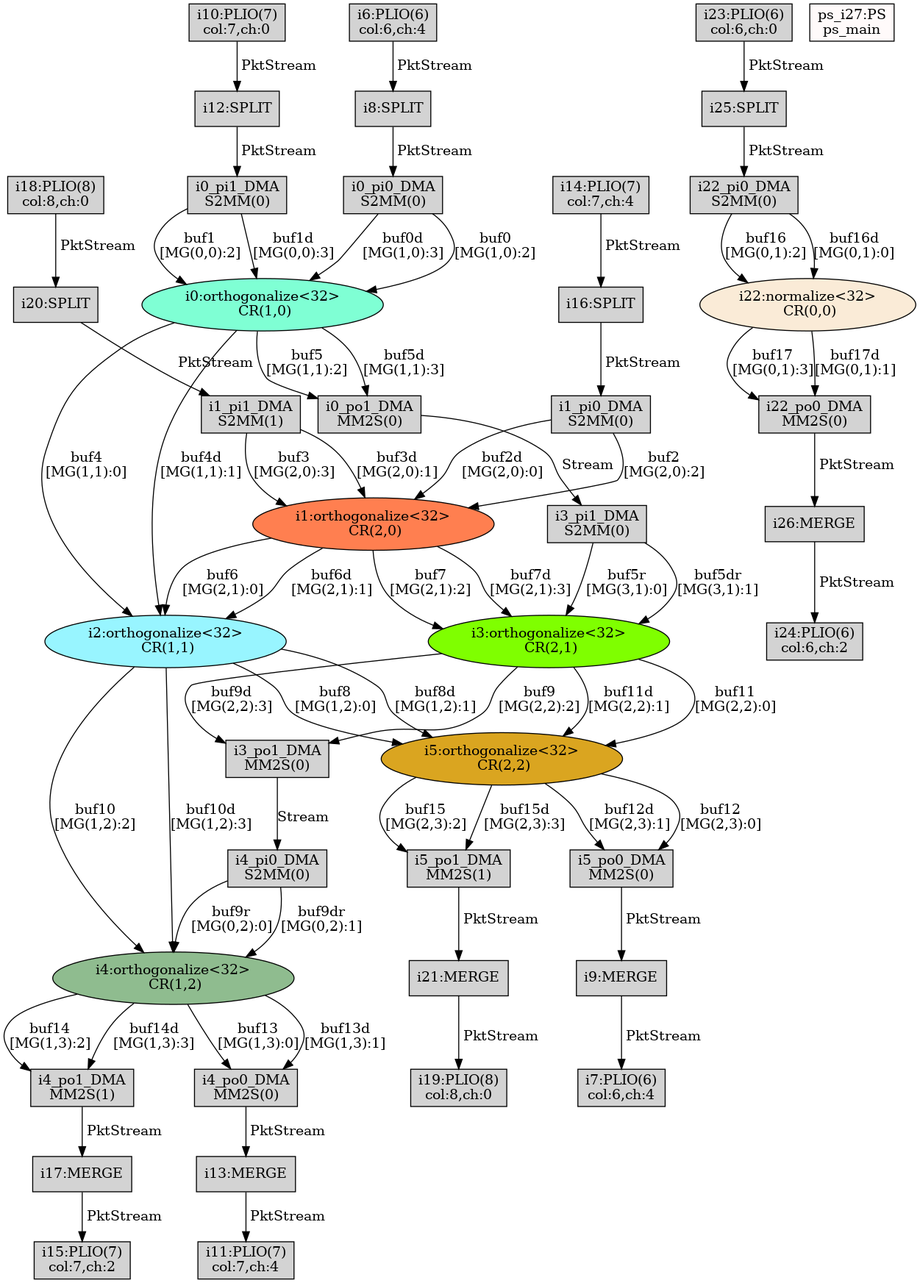
Above: TriBlock/Work/reports/TopGraph_mapped_post.png in lxy-littlechai/SVD (Graphviz), before the change. Its source is kept beside it as TriBlock/Work/temp/TopGraph_mapped_post.dot.
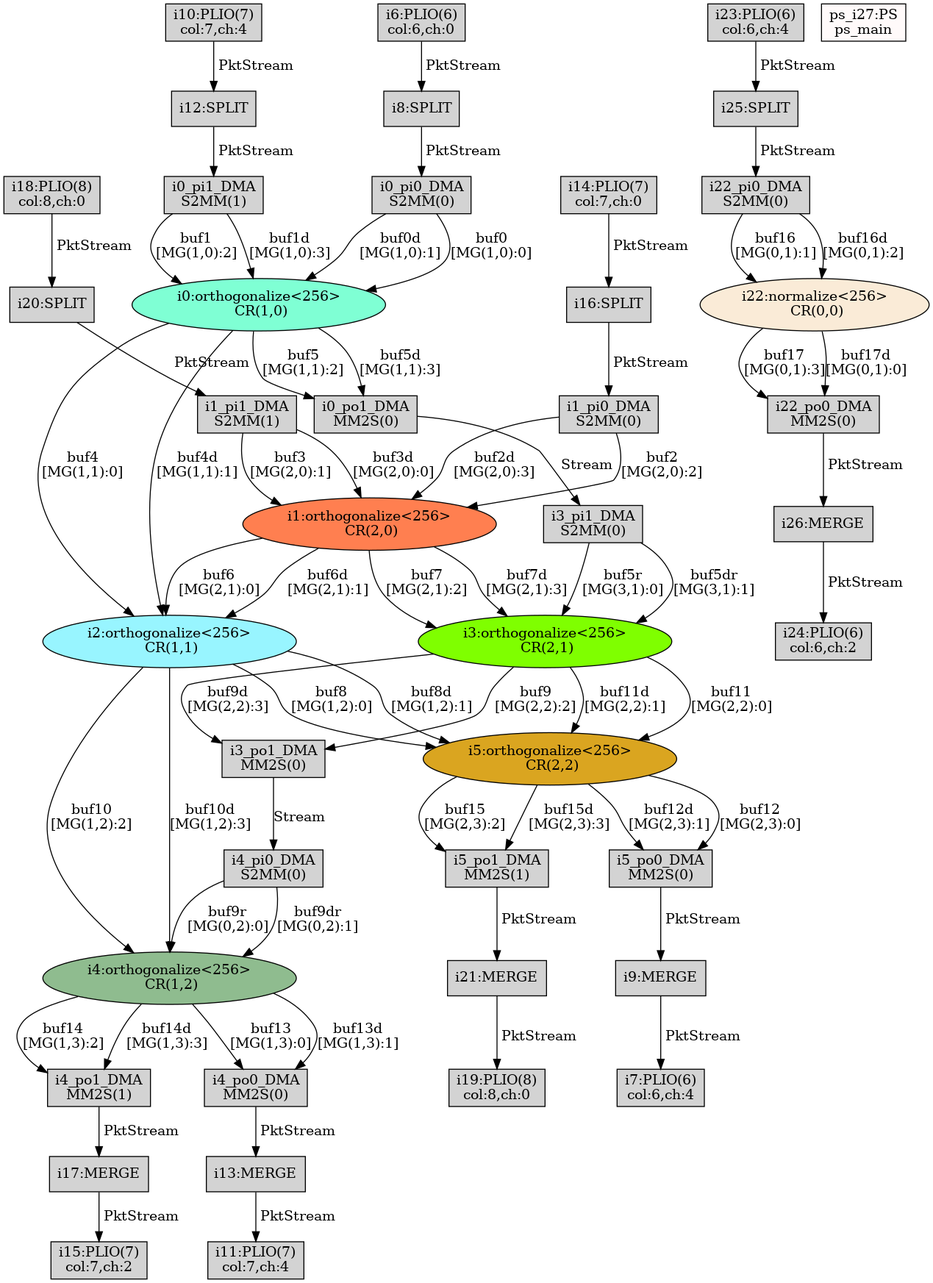
After the commit.

What changed in the source:
```diff
@@ -1,14 +1,14 @@
 digraph G {
-"i0:orthogonalize<32>\n CR(1,0)"[style=filled, fillcolor=aquamarine];
+"i0:orthogonalize<256>\n CR(1,0)"[style=filled, fillcolor=aquamarine];
 "i0_pi0_DMA\nS2MM(0)"[shape=box, style=filled, fillcolor=lightgrey];
-"i0_pi1_DMA\nS2MM(0)"[shape=box, style=filled, fillcolor=lightgrey];
+"i0_pi1_DMA\nS2MM(1)"[shape=box, style=filled, fillcolor=lightgrey];
 "i0_po1_DMA\nMM2S(0)"[shape=box, style=filled, fillcolor=lightgrey];
-"i1:orthogonalize<32>\n CR(2,0)"[style=filled, fillcolor=coral];
-"i10:PLIO(7)\ncol:7,ch:0"[shape=box, style=filled, fillcolor=lightgrey];
+"i1:orthogonalize<256>\n CR(2,0)"[style=filled, fillcolor=coral];
+"i10:PLIO(7)\ncol:7,ch:4"[shape=box, style=filled, fillcolor=lightgrey];
 "i11:PLIO(7)\ncol:7,ch:4"[shape=box, style=filled, fillcolor=lightgrey];
 "i12:SPLIT"[shape=box, style=filled, fillcolor=lightgrey];
 "i13:MERGE"[shape=box, style=filled, fillcolor=lightgrey];
-"i14:PLIO(7)\ncol:7,ch:4"[shape=box, style=filled, fillcolor=lightgrey];
+"i14:PLIO(7)\ncol:7,ch:0"[shape=box, style=filled, fillcolor=lightgrey];
 "i15:PLIO(7)\ncol:7,ch:2"[shape=box, style=filled, fillcolor=lightgrey];
 "i16:SPLIT"[shape=box, style=filled, fillcolor=lightgrey];
 "i17:MERGE"[shape=box, style=filled, fillcolor=lightgrey];
@@ -16,92 +16,92 @@
 "i19:PLIO(8)\ncol:8,ch:0"[shape=box, style=filled, fillcolor=lightgrey];
 "i1_pi0_DMA\nS2MM(0)"[shape=box, style=filled, fillcolor=lightgrey];
 "i1_pi1_DMA\nS2MM(1)"[shape=box, style=filled, fillcolor=lightgrey];
-"i2:orthogonalize<32>\n CR(1,1)"[style=filled, fillcolor=cadetblue1];
+"i2:orthogonalize<256>\n CR(1,1)"[style=filled, fillcolor=cadetblue1];
 "i20:SPLIT"[shape=box, style=filled, fillcolor=lightgrey];
 "i21:MERGE"[shape=box, style=filled, fillcolor=lightgrey];
-"i22:normalize<32>\n CR(0,0)"[style=filled, fillcolor=antiquewhite];
+"i22:normalize<256>\n CR(0,0)"[style=filled, fillcolor=antiquewhite];
 "i22_pi0_DMA\nS2MM(0)"[shape=box, style=filled, fillcolor=lightgrey];
 "i22_po0_DMA\nMM2S(0)"[shape=box, style=filled, fillcolor=lightgrey];
-"i23:PLIO(6)\ncol:6,ch:0"[shape=box, style=filled, fillcolor=lightgrey];
+"i23:PLIO(6)\ncol:6,ch:4"[shape=box, style=filled, fillcolor=lightgrey];
 "i24:PLIO(6)\ncol:6,ch:2"[shape=box, style=filled, fillcolor=lightgrey];
 "i25:SPLIT"[shape=box, style=filled, fillcolor=lightgrey];
 "i26:MERGE"[shape=box, style=filled, fillcolor=lightgrey];
-"i3:orthogonalize<32>\n CR(2,1)"[style=filled, fillcolor=chartreuse];
+"i3:orthogonalize<256>\n CR(2,1)"[style=filled, fillcolor=chartreuse];
 "i3_pi1_DMA\nS2MM(0)"[shape=box, style=filled, fillcolor=lightgrey];
 "i3_po1_DMA\nMM2S(0)"[shape=box, style=filled, fillcolor=lightgrey];
-"i4:orthogonalize<32>\n CR(1,2)"[style=filled, fillcolor=darkseagreen];
+"i4:orthogonalize<256>\n CR(1,2)"[style=filled, fillcolor=darkseagreen];
 "i4_pi0_DMA\nS2MM(0)"[shape=box, style=filled, fillcolor=lightgrey];
 "i4_po0_DMA\nMM2S(0)"[shape=box, style=filled, fillcolor=lightgrey];
 "i4_po1_DMA\nMM2S(1)"[shape=box, style=filled, fillcolor=lightgrey];
-"i5:orthogonalize<32>\n CR(2,2)"[style=filled, fillcolor=goldenrod];
+"i5:orthogonalize<256>\n CR(2,2)"[style=filled, fillcolor=goldenrod];
 "i5_po0_DMA\nMM2S(0)"[shape=box, style=filled, fillcolor=lightgrey];
 "i5_po1_DMA\nMM2S(1)"[shape=box, style=filled, fillcolor=lightgrey];
-"i6:PLIO(6)\ncol:6,ch:4"[shape=box, style=filled, fillcolor=lightgrey];
+"i6:PLIO(6)\ncol:6,ch:0"[shape=box, style=filled, fillcolor=lightgrey];
 "i7:PLIO(6)\ncol:6,ch:4"[shape=box, style=filled, fillcolor=lightgrey];
 "i8:SPLIT"[shape=box, style=filled, fillcolor=lightgrey];
 "i9:MERGE"[shape=box, style=filled, fillcolor=lightgrey];
 "ps_i27:PS\nps_main"[shape=box, style=filled, fillcolor=snow];
 "i8:SPLIT"->"i0_pi0_DMA\nS2MM(0)"[label=" PktStream"];
-"i0_pi0_DMA\nS2MM(0)"->"i0:orthogonalize<32>\n CR(1,0)"[label="buf0\n[MG(1,0):2]"];
-"i0_pi0_DMA\nS2MM(0)"->"i0:orthogonalize<32>\n CR(1,0)"[label="buf0d\n[MG(1,0):3]"];
-"i12:SPLIT"->"i0_pi1_DMA\nS2MM(0)"[label=" PktStream"];
-"i0_pi1_DMA\nS2MM(0)"->"i0:orthogonalize<32>\n CR(1,0)"[label="buf1\n[MG(0,0):2]"];
-"i0_pi1_DMA\nS2MM(0)"->"i0:orthogonalize<32>\n CR(1,0)"[label="buf1d\n[MG(0,0):3]"];
+"i0_pi0_DMA\nS2MM(0)"->"i0:orthogonalize<256>\n CR(1,0)"[label="buf0\n[MG(1,0):0]"];
+"i0_pi0_DMA\nS2MM(0)"->"i0:orthogonalize<256>\n CR(1,0)"[label="buf0d\n[MG(1,0):1]"];
+"i12:SPLIT"->"i0_pi1_DMA\nS2MM(1)"[label=" PktStream"];
+"i0_pi1_DMA\nS2MM(1)"->"i0:orthogonalize<256>\n CR(1,0)"[label="buf1\n[MG(1,0):2]"];
+"i0_pi1_DMA\nS2MM(1)"->"i0:orthogonalize<256>\n CR(1,0)"[label="buf1d\n[MG(1,0):3]"];
 "i16:SPLIT"->"i1_pi0_DMA\nS2MM(0)"[label=" PktStream"];
-"i1_pi0_DMA\nS2MM(0)"->"i1:orthogonalize<32>\n CR(2,0)"[label="buf2\n[MG(2,0):2]"];
-"i1_pi0_DMA\nS2MM(0)"->"i1:orthogonalize<32>\n CR(2,0)"[label="buf2d\n[MG(2,0):0]"];
+"i1_pi0_DMA\nS2MM(0)"->"i1:orthogonalize<256>\n CR(2,0)"[label="buf2\n[MG(2,0):2]"];
+"i1_pi0_DMA\nS2MM(0)"->"i1:orthogonalize<256>\n CR(2,0)"[label="buf2d\n[MG(2,0):3]"];
 "i20:SPLIT"->"i1_pi1_DMA\nS2MM(1)"[label=" PktStream"];
-"i1_pi1_DMA\nS2MM(1)"->"i1:orthogonalize<32>\n CR(2,0)"[label="buf3\n[MG(2,0):3]"];
-"i1_pi1_DMA\nS2MM(1)"->"i1:orthogonalize<32>\n CR(2,0)"[label="buf3d\n[MG(2,0):1]"];
-"i0:orthogonalize<32>\n CR(1,0)"->"i2:orthogonalize<32>\n CR(1,1)"[label="buf4\n[MG(1,1):0]"];
-"i0:orthogonalize<32>\n CR(1,0)"->"i2:orthogonalize<32>\n CR(1,1)"[label="buf4d\n[MG(1,1):1]"];
-"i0:orthogonalize<32>\n CR(1,0)"->"i0_po1_DMA\nMM2S(0)"[label="buf5\n[MG(1,1):2]"];
-"i0:orthogonalize<32>\n CR(1,0)"->"i0_po1_DMA\nMM2S(0)"[label="buf5d\n[MG(1,1):3]"];
+"i1_pi1_DMA\nS2MM(1)"->"i1:orthogonalize<256>\n CR(2,0)"[label="buf3\n[MG(2,0):1]"];
+"i1_pi1_DMA\nS2MM(1)"->"i1:orthogonalize<256>\n CR(2,0)"[label="buf3d\n[MG(2,0):0]"];
+"i0:orthogonalize<256>\n CR(1,0)"->"i2:orthogonalize<256>\n CR(1,1)"[label="buf4\n[MG(1,1):0]"];
+"i0:orthogonalize<256>\n CR(1,0)"->"i2:orthogonalize<256>\n CR(1,1)"[label="buf4d\n[MG(1,1):1]"];
+"i0:orthogonalize<256>\n CR(1,0)"->"i0_po1_DMA\nMM2S(0)"[label="buf5\n[MG(1,1):2]"];
+"i0:orthogonalize<256>\n CR(1,0)"->"i0_po1_DMA\nMM2S(0)"[label="buf5d\n[MG(1,1):3]"];
 "i0_po1_DMA\nMM2S(0)"->"i3_pi1_DMA\nS2MM(0)"[label="Stream"];
-"i3_pi1_DMA\nS2MM(0)"->"i3:orthogonalize<32>\n CR(2,1)"[label="buf5r\n[MG(3,1):0]"];
-"i3_pi1_DMA\nS2MM(0)"->"i3:orthogonalize<32>\n CR(2,1)"[label="buf5dr\n[MG(3,1):1]"];
-"i1:orthogonalize<32>\n CR(2,0)"->"i2:orthogonalize<32>\n CR(1,1)"[label="buf6\n[MG(2,1):0]"];
-"i1:orthogonalize<32>\n CR(2,0)"->"i2:orthogonalize<32>\n CR(1,1)"[label="buf6d\n[MG(2,1):1]"];
-"i1:orthogonalize<32>\n CR(2,0)"->"i3:orthogonalize<32>\n CR(2,1)"[label="buf7\n[MG(2,1):2]"];
-"i1:orthogonalize<32>\n CR(2,0)"->"i3:orthogonalize<32>\n CR(2,1)"[label="buf7d\n[MG(2,1):3]"];
-"i2:orthogonalize<32>\n CR(1,1)"->"i5:orthogonalize<32>\n CR(2,2)"[label="buf8\n[MG(1,2):0]"];
-"i2:orthogonalize<32>\n CR(1,1)"->"i5:orthogonalize<32>\n CR(2,2)"[label="buf8d\n[MG(1,2):1]"];
-"i3:orthogonalize<32>\n CR(2,1)"->"i3_po1_DMA\nMM2S(0)"[label="buf9\n[MG(2,2):2]"];
-"i3:orthogonalize<32>\n CR(2,1)"->"i3_po1_DMA\nMM2S(0)"[label="buf9d\n[MG(2,2):3]"];
+"i3_pi1_DMA\nS2MM(0)"->"i3:orthogonalize<256>\n CR(2,1)"[label="buf5r\n[MG(3,1):0]"];
+"i3_pi1_DMA\nS2MM(0)"->"i3:orthogonalize<256>\n CR(2,1)"[label="buf5dr\n[MG(3,1):1]"];
+"i1:orthogonalize<256>\n CR(2,0)"->"i2:orthogonalize<256>\n CR(1,1)"[label="buf6\n[MG(2,1):0]"];
+"i1:orthogonalize<256>\n CR(2,0)"->"i2:orthogonalize<256>\n CR(1,1)"[label="buf6d\n[MG(2,1):1]"];
+"i1:orthogonalize<256>\n CR(2,0)"->"i3:orthogonalize<256>\n CR(2,1)"[label="buf7\n[MG(2,1):2]"];
+"i1:orthogonalize<256>\n CR(2,0)"->"i3:orthogonalize<256>\n CR(2,1)"[label="buf7d\n[MG(2,1):3]"];
+"i2:orthogonalize<256>\n CR(1,1)"->"i5:orthogonalize<256>\n CR(2,2)"[label="buf8\n[MG(1,2):0]"];
+"i2:orthogonalize<256>\n CR(1,1)"->"i5:orthogonalize<256>\n CR(2,2)"[label="buf8d\n[MG(1,2):1]"];
+"i3:orthogonalize<256>\n CR(2,1)"->"i3_po1_DMA\nMM2S(0)"[label="buf9\n[MG(2,2):2]"];
+"i3:orthogonalize<256>\n CR(2,1)"->"i3_po1_DMA\nMM2S(0)"[label="buf9d\n[MG(2,2):3]"];
 "i3_po1_DMA\nMM2S(0)"->"i4_pi0_DMA\nS2MM(0)"[label="Stream"];
-"i4_pi0_DMA\nS2MM(0)"->"i4:orthogonalize<32>\n CR(1,2)"[label="buf9r\n[MG(0,2):0]"];
-"i4_pi0_DMA\nS2MM(0)"->"i4:orthogonalize<32>\n CR(1,2)"[label="buf9dr\n[MG(0,2):1]"];
-"i2:orthogonalize<32>\n CR(1,1)"->"i4:orthogonalize<32>\n CR(1,2)"[label="buf10\n[MG(1,2):2]"];
-"i2:orthogonalize<32>\n CR(1,1)"->"i4:orthogonalize<32>\n CR(1,2)"[label="buf10d\n[MG(1,2):3]"];
-"i3:orthogonalize<32>\n CR(2,1)"->"i5:orthogonalize<32>\n CR(2,2)"[label="buf11\n[MG(2,2):0]"];
-"i3:orthogonalize<32>\n CR(2,1)"->"i5:orthogonalize<32>\n CR(2,2)"[label="buf11d\n[MG(2,2):1]"];
-"i5:orthogonalize<32>\n CR(2,2)"->"i5_po0_DMA\nMM2S(0)"[label="buf12\n[MG(2,3):0]"];
-"i5:orthogonalize<32>\n CR(2,2)"->"i5_po0_DMA\nMM2S(0)"[label="buf12d\n[MG(2,3):1]"];
+"i4_pi0_DMA\nS2MM(0)"->"i4:orthogonalize<256>\n CR(1,2)"[label="buf9r\n[MG(0,2):0]"];
+"i4_pi0_DMA\nS2MM(0)"->"i4:orthogonalize<256>\n CR(1,2)"[label="buf9dr\n[MG(0,2):1]"];
+"i2:orthogonalize<256>\n CR(1,1)"->"i4:orthogonalize<256>\n CR(1,2)"[label="buf10\n[MG(1,2):2]"];
+"i2:orthogonalize<256>\n CR(1,1)"->"i4:orthogonalize<256>\n CR(1,2)"[label="buf10d\n[MG(1,2):3]"];
+"i3:orthogonalize<256>\n CR(2,1)"->"i5:orthogonalize<256>\n CR(2,2)"[label="buf11\n[MG(2,2):0]"];
+"i3:orthogonalize<256>\n CR(2,1)"->"i5:orthogonalize<256>\n CR(2,2)"[label="buf11d\n[MG(2,2):1]"];
+"i5:orthogonalize<256>\n CR(2,2)"->"i5_po0_DMA\nMM2S(0)"[label="buf12\n[MG(2,3):0]"];
+"i5:orthogonalize<256>\n CR(2,2)"->"i5_po0_DMA\nMM2S(0)"[label="buf12d\n[MG(2,3):1]"];
 "i5_po0_DMA\nMM2S(0)" -> "i9:MERGE"[label=" PktStream"];
-"i4:orthogonalize<32>\n CR(1,2)"->"i4_po0_DMA\nMM2S(0)"[label="buf13\n[MG(1,3):0]"];
-"i4:orthogonalize<32>\n CR(1,2)"->"i4_po0_DMA\nMM2S(0)"[label="buf13d\n[MG(1,3):1]"];
+"i4:orthogonalize<256>\n CR(1,2)"->"i4_po0_DMA\nMM2S(0)"[label="buf13\n[MG(1,3):0]"];
+"i4:orthogonalize<256>\n CR(1,2)"->"i4_po0_DMA\nMM2S(0)"[label="buf13d\n[MG(1,3):1]"];
 "i4_po0_DMA\nMM2S(0)" -> "i13:MERGE"[label=" PktStream"];
-"i4:orthogonalize<32>\n CR(1,2)"->"i4_po1_DMA\nMM2S(1)"[label="buf14\n[MG(1,3):2]"];
-"i4:orthogonalize<32>\n CR(1,2)"->"i4_po1_DMA\nMM2S(1)"[label="buf14d\n[MG(1,3):3]"];
+"i4:orthogonalize<256>\n CR(1,2)"->"i4_po1_DMA\nMM2S(1)"[label="buf14\n[MG(1,3):2]"];
+"i4:orthogonalize<256>\n CR(1,2)"->"i4_po1_DMA\nMM2S(1)"[label="buf14d\n[MG(1,3):3]"];
 "i4_po1_DMA\nMM2S(1)" -> "i17:MERGE"[label=" PktStream"];
-"i5:orthogonalize<32>\n CR(2,2)"->"i5_po1_DMA\nMM2S(1)"[label="buf15\n[MG(2,3):2]"];
-"i5:orthogonalize<32>\n CR(2,2)"->"i5_po1_DMA\nMM2S(1)"[label="buf15d\n[MG(2,3):3]"];
+"i5:orthogonalize<256>\n CR(2,2)"->"i5_po1_DMA\nMM2S(1)"[label="buf15\n[MG(2,3):2]"];
+"i5:orthogonalize<256>\n CR(2,2)"->"i5_po1_DMA\nMM2S(1)"[label="buf15d\n[MG(2,3):3]"];
 "i5_po1_DMA\nMM2S(1)" -> "i21:MERGE"[label=" PktStream"];
-"i6:PLIO(6)\ncol:6,ch:4" -> "i8:SPLIT"[label=" PktStream"];
+"i6:PLIO(6)\ncol:6,ch:0" -> "i8:SPLIT"[label=" PktStream"];
 "i9:MERGE" -> "i7:PLIO(6)\ncol:6,ch:4"[label=" PktStream"];
-"i14:PLIO(7)\ncol:7,ch:4" -> "i16:SPLIT"[label=" PktStream"];
+"i14:PLIO(7)\ncol:7,ch:0" -> "i16:SPLIT"[label=" PktStream"];
 "i17:MERGE" -> "i15:PLIO(7)\ncol:7,ch:2"[label=" PktStream"];
-"i10:PLIO(7)\ncol:7,ch:0" -> "i12:SPLIT"[label=" PktStream"];
+"i10:PLIO(7)\ncol:7,ch:4" -> "i12:SPLIT"[label=" PktStream"];
 "i13:MERGE" -> "i11:PLIO(7)\ncol:7,ch:4"[label=" PktStream"];
 "i18:PLIO(8)\ncol:8,ch:0" -> "i20:SPLIT"[label=" PktStream"];
 "i21:MERGE" -> "i19:PLIO(8)\ncol:8,ch:0"[label=" PktStream"];
 "i25:SPLIT"->"i22_pi0_DMA\nS2MM(0)"[label=" PktStream"];
-"i22_pi0_DMA\nS2MM(0)"->"i22:normalize<32>\n CR(0,0)"[label="buf16\n[MG(0,1):2]"];
-"i22_pi0_DMA\nS2MM(0)"->"i22:normalize<32>\n CR(0,0)"[label="buf16d\n[MG(0,1):0]"];
-"i22:normalize<32>\n CR(0,0)"->"i22_po0_DMA\nMM2S(0)"[label="buf17\n[MG(0,1):3]"];
-"i22:normalize<32>\n CR(0,0)"->"i22_po0_DMA\nMM2S(0)"[label="buf17d\n[MG(0,1):1]"];
+"i22_pi0_DMA\nS2MM(0)"->"i22:normalize<256>\n CR(0,0)"[label="buf16\n[MG(0,1):1]"];
+"i22_pi0_DMA\nS2MM(0)"->"i22:normalize<256>\n CR(0,0)"[label="buf16d\n[MG(0,1):2]"];
+"i22:normalize<256>\n CR(0,0)"->"i22_po0_DMA\nMM2S(0)"[label="buf17\n[MG(0,1):3]"];
+"i22:normalize<256>\n CR(0,0)"->"i22_po0_DMA\nMM2S(0)"[label="buf17d\n[MG(0,1):0]"];
 "i22_po0_DMA\nMM2S(0)" -> "i26:MERGE"[label=" PktStream"];
-"i23:PLIO(6)\ncol:6,ch:0" -> "i25:SPLIT"[label=" PktStream"];
+"i23:PLIO(6)\ncol:6,ch:4" -> "i25:SPLIT"[label=" PktStream"];
 "i26:MERGE" -> "i24:PLIO(6)\ncol:6,ch:2"[label=" PktStream"];
 
  }
```
